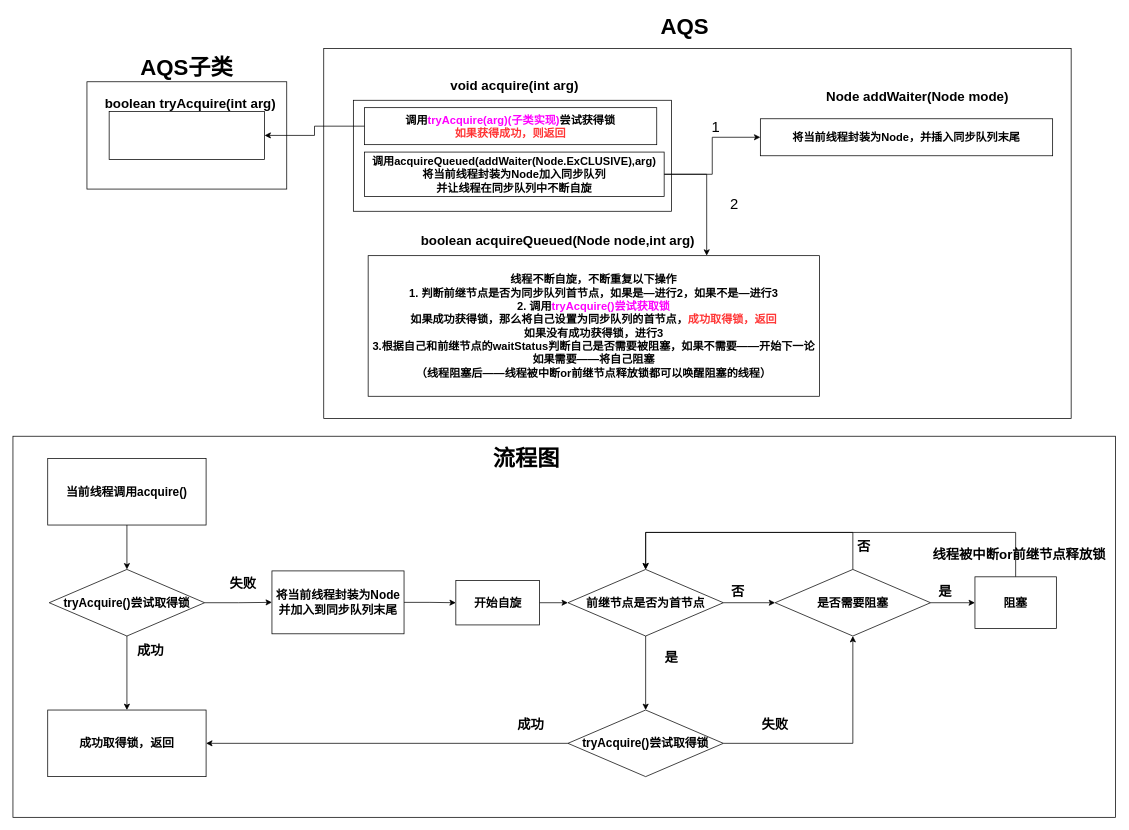
Before: Notes/Java/Java并发编程/drawio/AQS独占模式获取锁.drawio in hxq191830060/Hxq-Note, a draw.io diagram. Source tidied: cells renumbered, new cells numbered last; positions are measured from the earlier drawing's top-left corner, leaving out a move shared by most shapes. Both pictures are drawn from the tidied source at 74%, with x=0, y=0 at pixel (13, 18).
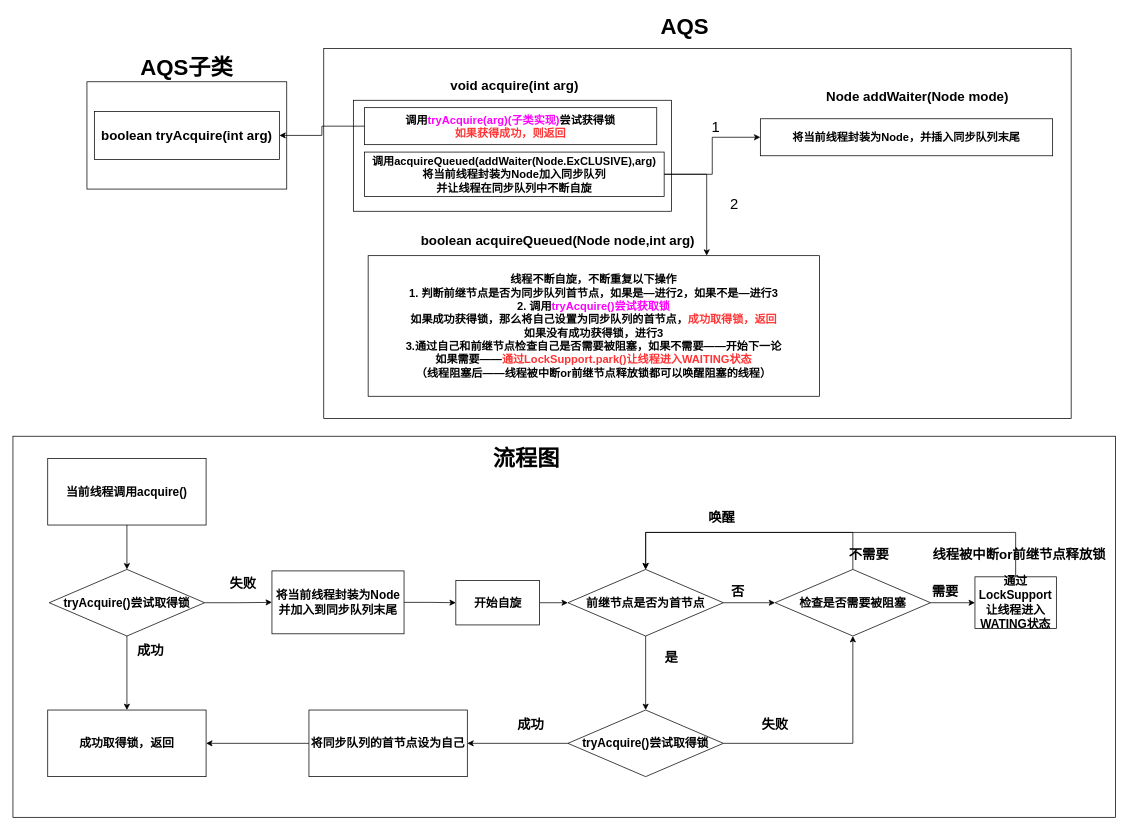
After the change.

The change refers to these unchanged cells:
```xml
<mxCell id="22" value="&lt;span style=&quot;font-size: 16px&quot;&gt;&lt;b&gt;成功取得锁，返回&lt;/b&gt;&lt;/span&gt;" style="rounded=0;whiteSpace=wrap;html=1;" parent="1" vertex="1">
  <mxGeometry x="47" y="934" width="214" height="90" as="geometry" />
</mxCell>
<mxCell id="36" value="&lt;b&gt;&lt;font style=&quot;font-size: 16px&quot;&gt;tryAcquire()尝试取得锁&lt;/font&gt;&lt;/b&gt;" style="rhombus;whiteSpace=wrap;html=1;" parent="1" vertex="1">
  <mxGeometry x="750" y="934" width="210" height="90" as="geometry" />
</mxCell>
```

What changed in the source:
```diff
@@
-    <mxCell id="15" value="&lt;b style=&quot;font-size: 15px&quot;&gt;线程不断自旋，不断重复以下操作&lt;br&gt;1. 判断前继节点是否为同步队列首节点，如果是—进行2，如果不是—进行3&lt;br&gt;2. 调用&lt;font color=&quot;#ff00ff&quot;&gt;tryAcquire()尝试获取锁&lt;br&gt;&lt;/font&gt;如果成功获得锁，那么将自己设置为同步队列的首节点，&lt;font color=&quot;#ff3333&quot;&gt;成功取得锁，返回&lt;br&gt;&lt;/font&gt;如果没有成功获得锁，进行3&lt;br&gt;3.根据自己和前继节点的waitStatus判断自己是否需要被阻塞，如果不需要——开始下一论&lt;br&gt;如果需要——将自己阻塞&lt;br&gt;（线程阻塞后——线程被中断or前继节点释放锁都可以唤醒阻塞的线程）&lt;br&gt;&lt;/b&gt;" style="rounded=0;whiteSpace=wrap;html=1;" parent="1" vertex="1">
+    <mxCell id="15" value="&lt;b style=&quot;font-size: 15px&quot;&gt;线程不断自旋，不断重复以下操作&lt;br&gt;1. 判断前继节点是否为同步队列首节点，如果是—进行2，如果不是—进行3&lt;br&gt;2. 调用&lt;font color=&quot;#ff00ff&quot;&gt;tryAcquire()尝试获取锁&lt;br&gt;&lt;/font&gt;如果成功获得锁，那么将自己设置为同步队列的首节点，&lt;font color=&quot;#ff3333&quot;&gt;成功取得锁，返回&lt;br&gt;&lt;/font&gt;如果没有成功获得锁，进行3&lt;br&gt;3.通过自己和前继节点检查自己是否需要被阻塞，如果不需要——开始下一论&lt;br&gt;如果需要——&lt;font color=&quot;#ff3333&quot;&gt;通过LockSupport.park()让线程进入WAITING状态&lt;/font&gt;&lt;br&gt;（线程阻塞后——线程被中断or前继节点释放锁都可以唤醒阻塞的线程）&lt;br&gt;&lt;/b&gt;" style="rounded=0;whiteSpace=wrap;html=1;" parent="1" vertex="1">
       <mxGeometry x="480" y="320" width="610" height="190" as="geometry" />
     </mxCell>
@@
-    <mxCell id="31" style="rounded=0;whiteSpace=wrap;html=1;" parent="1" vertex="1">
-      <mxGeometry x="130" y="125" width="210" height="65" as="geometry" />
+    <mxCell id="31" value="&lt;b&gt;&lt;font style=&quot;font-size: 18px&quot;&gt;boolean tryAcquire(int arg)&lt;/font&gt;&lt;/b&gt;" style="rounded=0;whiteSpace=wrap;html=1;" parent="1" vertex="1">
+      <mxGeometry x="110" y="125" width="250" height="65" as="geometry" />
     </mxCell>
-    <mxCell id="32" value="&lt;b&gt;&lt;font style=&quot;font-size: 18px&quot;&gt;boolean tryAcquire(int arg)&lt;/font&gt;&lt;/b&gt;" style="text;html=1;strokeColor=none;fillColor=none;align=center;verticalAlign=middle;whiteSpace=wrap;rounded=0;" parent="1" vertex="1">
-      <mxGeometry x="100" y="105" width="280" height="20" as="geometry" />
-    </mxCell>
@@
-    <mxCell id="34" style="edgeStyle=orthogonalEdgeStyle;rounded=0;jettySize=auto;html=1;exitX=0;exitY=0.5;exitDx=0;exitDy=0;entryX=1;entryY=0.5;entryDx=0;entryDy=0;" parent="1" edge="1" source="36" target="22">
-      <mxGeometry relative="1" as="geometry" />
-    </mxCell>
@@
+    <mxCell id="53" style="edgeStyle=orthogonalEdgeStyle;rounded=0;jettySize=auto;html=1;exitX=0;exitY=0.5;exitDx=0;exitDy=0;entryX=1;entryY=0.5;entryDx=0;entryDy=0;" parent="1" edge="1" source="36" target="55">
+      <mxGeometry relative="1" as="geometry" />
+    </mxCell>
@@
-    <mxCell id="41" value="&lt;b&gt;&lt;font style=&quot;font-size: 16px&quot;&gt;是否需要阻塞&lt;/font&gt;&lt;/b&gt;" style="rhombus;whiteSpace=wrap;html=1;" parent="1" vertex="1">
+    <mxCell id="41" value="&lt;b&gt;&lt;font style=&quot;font-size: 16px&quot;&gt;检查是否需要被阻塞&lt;/font&gt;&lt;/b&gt;" style="rhombus;whiteSpace=wrap;html=1;" parent="1" vertex="1">
       <mxGeometry x="1030" y="744" width="210" height="90" as="geometry" />
     </mxCell>
@@
-    <mxCell id="45" value="&lt;span style=&quot;font-size: 18px&quot;&gt;&lt;b&gt;否&lt;/b&gt;&lt;/span&gt;" style="text;html=1;strokeColor=none;fillColor=none;align=center;verticalAlign=middle;whiteSpace=wrap;rounded=0;" parent="1" vertex="1">
-      <mxGeometry x="1130" y="704" width="40" height="20" as="geometry" />
+    <mxCell id="45" value="&lt;span style=&quot;font-size: 18px&quot;&gt;&lt;b&gt;不需要&lt;/b&gt;&lt;/span&gt;" style="text;html=1;strokeColor=none;fillColor=none;align=center;verticalAlign=middle;whiteSpace=wrap;rounded=0;" parent="1" vertex="1">
+      <mxGeometry x="1127" y="714" width="60" height="20" as="geometry" />
     </mxCell>
@@
-    <mxCell id="47" value="&lt;b&gt;&lt;font style=&quot;font-size: 16px&quot;&gt;阻塞&lt;br&gt;&lt;/font&gt;&lt;/b&gt;" style="rounded=0;whiteSpace=wrap;html=1;" parent="1" vertex="1">
+    <mxCell id="47" value="&lt;b&gt;&lt;font style=&quot;font-size: 16px&quot;&gt;通过LockSupport让线程进入WATING状态&lt;br&gt;&lt;/font&gt;&lt;/b&gt;" style="rounded=0;whiteSpace=wrap;html=1;" parent="1" vertex="1">
       <mxGeometry x="1300" y="754" width="110" height="70" as="geometry" />
     </mxCell>
-    <mxCell id="48" value="&lt;span style=&quot;font-size: 18px&quot;&gt;&lt;b&gt;是&lt;/b&gt;&lt;/span&gt;" style="text;html=1;strokeColor=none;fillColor=none;align=center;verticalAlign=middle;whiteSpace=wrap;rounded=0;" parent="1" vertex="1">
+    <mxCell id="48" value="&lt;span style=&quot;font-size: 18px&quot;&gt;&lt;b&gt;需要&lt;/b&gt;&lt;/span&gt;" style="text;html=1;strokeColor=none;fillColor=none;align=center;verticalAlign=middle;whiteSpace=wrap;rounded=0;" parent="1" vertex="1">
       <mxGeometry x="1240" y="764" width="40" height="20" as="geometry" />
     </mxCell>
-    <mxCell id="49" value="&lt;span style=&quot;font-size: 18px&quot;&gt;&lt;b&gt;线程被中断or前继节点释放锁&lt;/b&gt;&lt;/span&gt;" style="text;html=1;strokeColor=none;fillColor=none;align=center;verticalAlign=middle;whiteSpace=wrap;rounded=0;" parent="1" vertex="1">
+    <mxCell id="49" value="&lt;b style=&quot;font-size: 18px&quot;&gt;线程被中断or前继节点释放锁&lt;/b&gt;" style="text;html=1;strokeColor=none;fillColor=none;align=center;verticalAlign=middle;whiteSpace=wrap;rounded=0;" parent="1" vertex="1">
       <mxGeometry x="1230" y="714" width="260" height="20" as="geometry" />
     </mxCell>
@@
+    <mxCell id="54" style="edgeStyle=orthogonalEdgeStyle;rounded=0;jettySize=auto;html=1;exitX=0;exitY=0.5;exitDx=0;exitDy=0;entryX=1;entryY=0.5;entryDx=0;entryDy=0;" parent="1" edge="1" source="55" target="22">
+      <mxGeometry relative="1" as="geometry" />
+    </mxCell>
+    <mxCell id="55" value="&lt;span style=&quot;font-size: 16px&quot;&gt;&lt;b&gt;将同步队列的首节点设为自己&lt;/b&gt;&lt;/span&gt;" style="rounded=0;whiteSpace=wrap;html=1;" parent="1" vertex="1">
+      <mxGeometry x="400" y="934" width="214" height="90" as="geometry" />
+    </mxCell>
+    <mxCell id="56" value="&lt;span style=&quot;font-size: 18px&quot;&gt;&lt;b&gt;唤醒&lt;/b&gt;&lt;/span&gt;" style="text;html=1;strokeColor=none;fillColor=none;align=center;verticalAlign=middle;whiteSpace=wrap;rounded=0;" parent="1" vertex="1">
+      <mxGeometry x="928" y="664" width="60" height="20" as="geometry" />
+    </mxCell>
```
